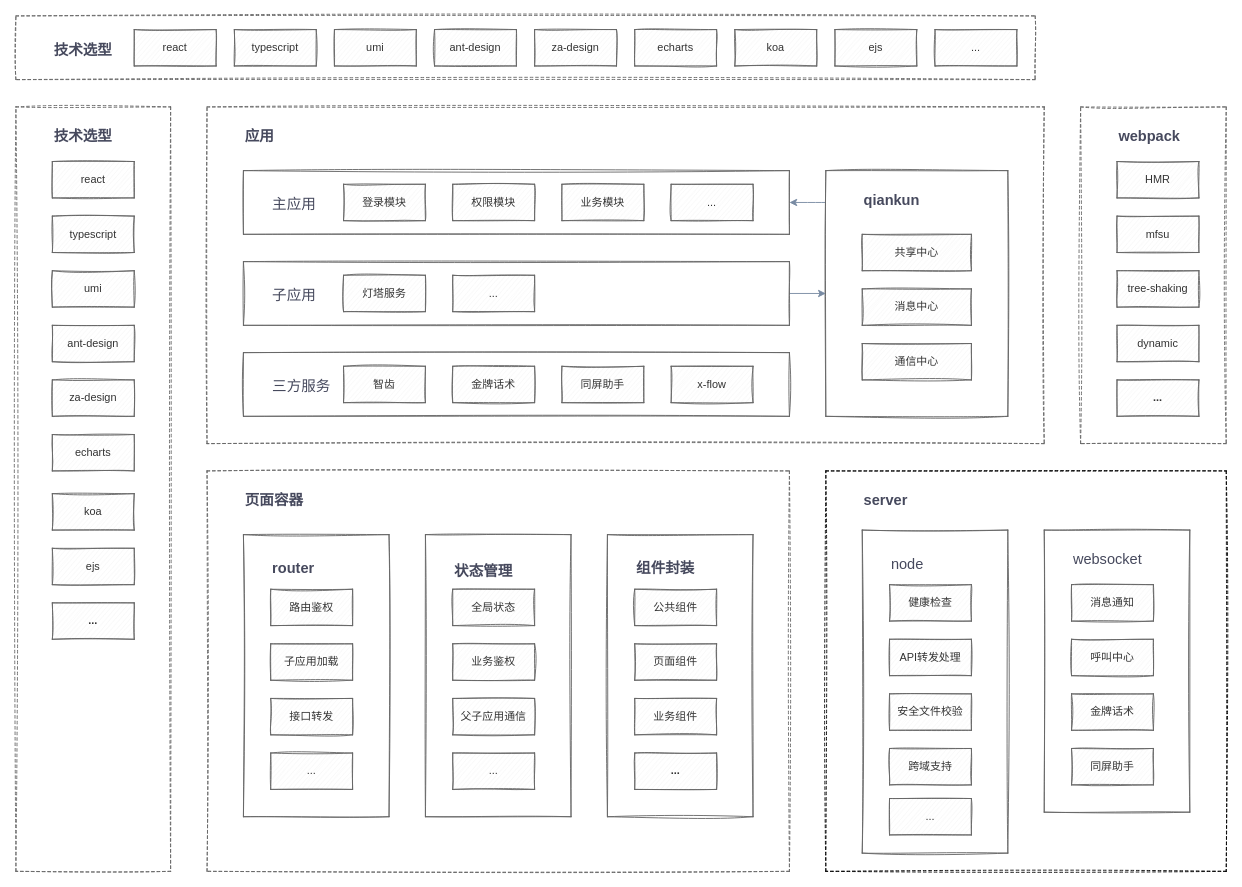
Before: 代码设计.drawio in Martha1001/diagrams, a draw.io diagram. Source tidied: cells renumbered, new cells numbered last; positions are measured from the earlier drawing's top-left corner, leaving out a move shared by most shapes. Both pictures are drawn from the tidied source at 91%, with x=0, y=0 at pixel (15, 15).
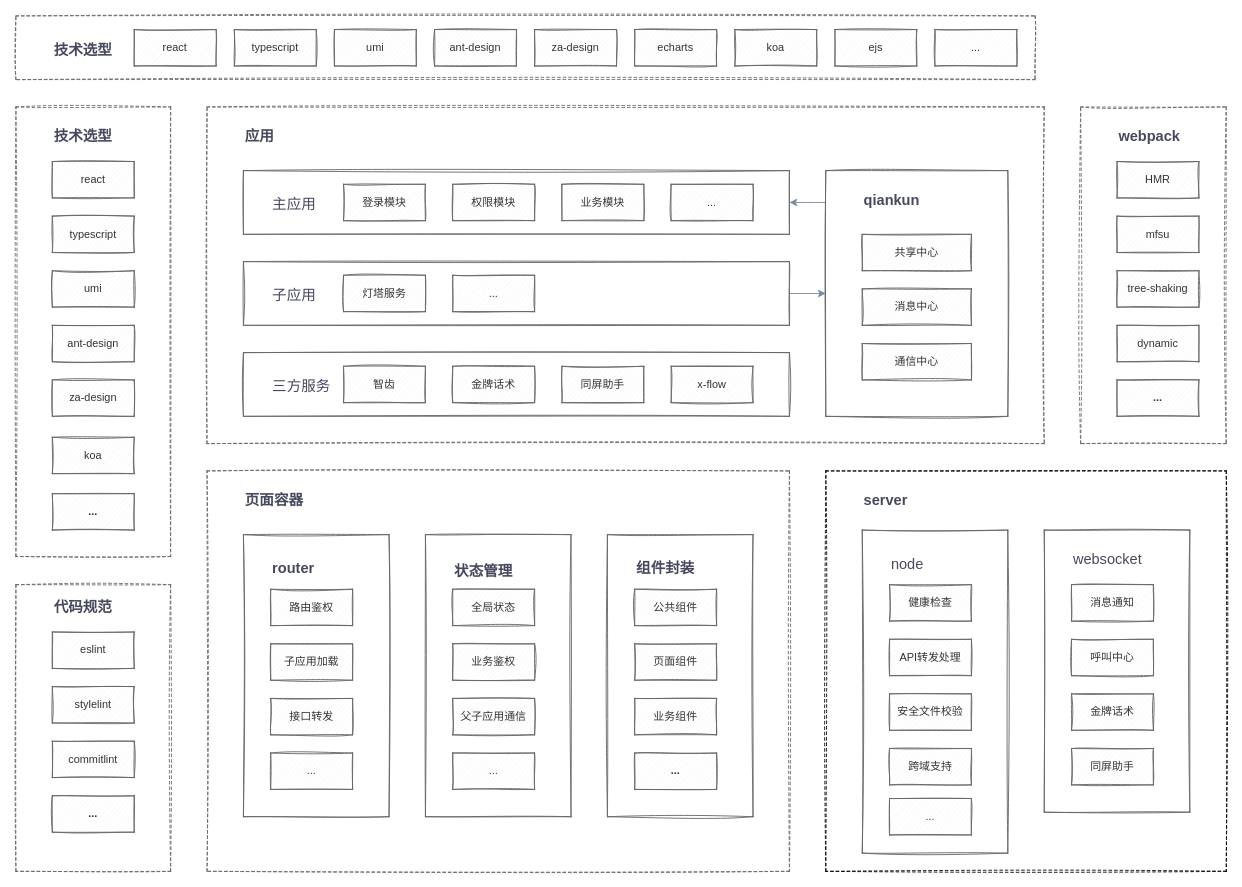
After the change.

Commit message (it also covers changes not shown here):
更新代码设计.drawio

The edit, as a diff of the source:
```diff
@@
     <mxCell id="80" style="rounded=0;whiteSpace=wrap;html=1;dashed=1;sketch=1;fillColor=none;fontColor=#333333;strokeColor=#666666;" parent="1" vertex="1">
-      <mxGeometry y="100" width="170" height="840" as="geometry" />
+      <mxGeometry y="100" width="170" height="494" as="geometry" />
     </mxCell>
@@
     <mxCell id="86" value="..." style="rounded=0;whiteSpace=wrap;html=1;sketch=1;fillColor=#f5f5f5;fontColor=#333333;strokeColor=#666666;fontStyle=1;" parent="1" vertex="1">
-      <mxGeometry x="40" y="645" width="90" height="40" as="geometry" />
+      <mxGeometry x="40" y="525" width="90" height="40" as="geometry" />
     </mxCell>
@@
-    <mxCell id="88" value="&lt;span style=&quot;font-weight: 400&quot;&gt;echarts&lt;/span&gt;" style="rounded=0;whiteSpace=wrap;html=1;sketch=1;fillColor=#f5f5f5;fontColor=#333333;strokeColor=#666666;fontStyle=1;" parent="1" vertex="1">
-      <mxGeometry x="40" y="460" width="90" height="40" as="geometry" />
-    </mxCell>
     <mxCell id="89" value="&lt;span style=&quot;font-weight: 400&quot;&gt;koa&lt;/span&gt;" style="rounded=0;whiteSpace=wrap;html=1;sketch=1;fillColor=#f5f5f5;fontColor=#333333;strokeColor=#666666;fontStyle=1;" parent="1" vertex="1">
-      <mxGeometry x="40" y="525" width="90" height="40" as="geometry" />
+      <mxGeometry x="40" y="463" width="90" height="40" as="geometry" />
     </mxCell>
-    <mxCell id="90" value="&lt;span style=&quot;font-weight: 400&quot;&gt;ejs&lt;/span&gt;" style="rounded=0;whiteSpace=wrap;html=1;sketch=1;fillColor=#f5f5f5;fontColor=#333333;strokeColor=#666666;fontStyle=1;" parent="1" vertex="1">
-      <mxGeometry x="40" y="585" width="90" height="40" as="geometry" />
-    </mxCell>
+    <mxCell id="91" style="rounded=0;whiteSpace=wrap;html=1;dashed=1;sketch=1;fillColor=none;fontColor=#333333;strokeColor=#666666;" parent="1" vertex="1">
+      <mxGeometry y="625" width="170" height="315" as="geometry" />
+    </mxCell>
+    <mxCell id="92" value="&lt;span style=&quot;font-size: 16px&quot;&gt;代码规范&lt;/span&gt;" style="text;strokeColor=none;fillColor=none;html=1;fontSize=24;fontStyle=1;verticalAlign=middle;align=left;rounded=0;sketch=0;fontColor=#46495D;" parent="1" vertex="1">
+      <mxGeometry x="40" y="627" width="100" height="40" as="geometry" />
+    </mxCell>
+    <mxCell id="93" value="&lt;span style=&quot;font-weight: 400&quot;&gt;eslint&lt;/span&gt;" style="rounded=0;whiteSpace=wrap;html=1;sketch=1;fillColor=#f5f5f5;fontColor=#333333;strokeColor=#666666;fontStyle=1;" parent="1" vertex="1">
+      <mxGeometry x="40" y="677" width="90" height="40" as="geometry" />
+    </mxCell>
+    <mxCell id="94" value="&lt;span style=&quot;font-weight: normal&quot;&gt;stylelint&lt;/span&gt;" style="rounded=0;whiteSpace=wrap;html=1;sketch=1;fillColor=#f5f5f5;fontColor=#333333;strokeColor=#666666;fontStyle=1;" parent="1" vertex="1">
+      <mxGeometry x="40" y="737" width="90" height="40" as="geometry" />
+    </mxCell>
+    <mxCell id="95" value="&lt;span style=&quot;font-weight: normal&quot;&gt;commitlint&lt;/span&gt;" style="rounded=0;whiteSpace=wrap;html=1;sketch=1;fillColor=#f5f5f5;fontColor=#333333;strokeColor=#666666;fontStyle=1;" parent="1" vertex="1">
+      <mxGeometry x="40" y="797" width="90" height="40" as="geometry" />
+    </mxCell>
+    <mxCell id="96" value="..." style="rounded=0;whiteSpace=wrap;html=1;sketch=1;fillColor=#f5f5f5;fontColor=#333333;strokeColor=#666666;fontStyle=1;" parent="1" vertex="1">
+      <mxGeometry x="40" y="857" width="90" height="40" as="geometry" />
+    </mxCell>
```
